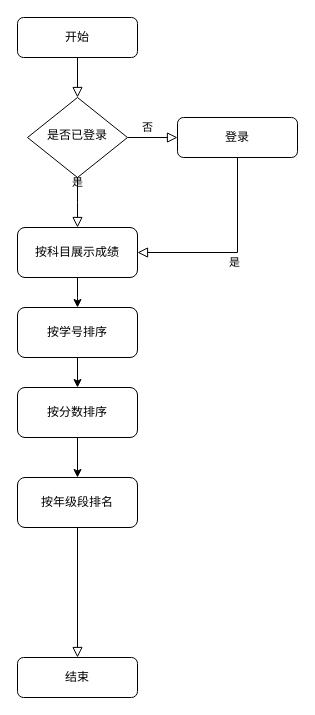
This is 成绩管理-列表.drawio from creazy412/none, a draw.io file, before an edit. Source tidied: cells renumbered, new cells numbered last; positions are measured from the earlier drawing's top-left corner, leaving out a move shared by most shapes. Both pictures are drawn from the tidied source at 100%, with x=0, y=0 at pixel (17, 17).
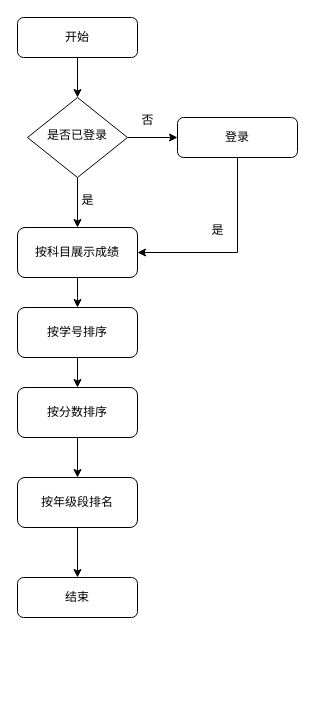
Above is the later version.

Commit message:
更新成绩管理-列表.drawio

Unchanged cells that the change refers to:
```xml
<mxCell id="3" value="开始" style="rounded=1;whiteSpace=wrap;html=1;fontSize=12;glass=0;strokeWidth=1;shadow=0;" parent="1" vertex="1">
  <mxGeometry width="120" height="40" as="geometry" />
</mxCell>
<mxCell id="6" value="是否已登录" style="rhombus;whiteSpace=wrap;html=1;shadow=0;fontFamily=Helvetica;fontSize=12;align=center;strokeWidth=1;spacing=6;spacingTop=-4;" parent="1" vertex="1">
  <mxGeometry x="10" y="80" width="100" height="80" as="geometry" />
</mxCell>
<mxCell id="7" value="登录" style="rounded=1;whiteSpace=wrap;html=1;fontSize=12;glass=0;strokeWidth=1;shadow=0;" parent="1" vertex="1">
  <mxGeometry x="160" y="100" width="120" height="40" as="geometry" />
</mxCell>
<mxCell id="14" value="按科目展示成绩" style="rounded=1;whiteSpace=wrap;html=1;fontSize=12;glass=0;strokeWidth=1;shadow=0;" parent="1" vertex="1">
  <mxGeometry y="210" width="120" height="50" as="geometry" />
</mxCell>
<mxCell id="17" value="按年级段排名" style="rounded=1;whiteSpace=wrap;html=1;fontSize=12;glass=0;strokeWidth=1;shadow=0;" parent="1" vertex="1">
  <mxGeometry y="460" width="120" height="50" as="geometry" />
</mxCell>
```

Change to the diagram source:
```diff
@@
-    <mxCell id="2" style="rounded=0;html=1;jettySize=auto;fontSize=11;endArrow=block;endFill=0;endSize=8;strokeWidth=1;shadow=0;labelBackgroundColor=none;edgeStyle=orthogonalEdgeStyle;" parent="1" edge="1" source="3" target="6">
+    <mxCell id="2" style="edgeStyle=orthogonalEdgeStyle;rounded=0;jettySize=auto;html=1;" parent="1" edge="1" source="3" target="6">
       <mxGeometry relative="1" as="geometry" />
     </mxCell>
@@
-    <mxCell id="4" value="是" style="rounded=0;html=1;jettySize=auto;fontSize=11;endArrow=block;endFill=0;endSize=8;strokeWidth=1;shadow=0;labelBackgroundColor=none;edgeStyle=orthogonalEdgeStyle;" parent="1" edge="1" source="6">
-      <mxGeometry y="20" relative="1" as="geometry">
-        <mxPoint x="60" y="210" as="targetPoint" />
-      </mxGeometry>
-    </mxCell>
-    <mxCell id="5" value="否" style="edgeStyle=orthogonalEdgeStyle;rounded=0;html=1;jettySize=auto;fontSize=11;endArrow=block;endFill=0;endSize=8;strokeWidth=1;shadow=0;labelBackgroundColor=none;" parent="1" edge="1" source="6" target="7">
-      <mxGeometry x="-0.2" y="10" relative="1" as="geometry" />
-    </mxCell>
+    <mxCell id="18" style="edgeStyle=orthogonalEdgeStyle;rounded=0;jettySize=auto;html=1;" parent="1" edge="1" source="6" target="14">
+      <mxGeometry relative="1" as="geometry" />
+    </mxCell>
+    <mxCell id="19" style="edgeStyle=orthogonalEdgeStyle;rounded=0;jettySize=auto;html=1;" parent="1" edge="1" source="6" target="7">
+      <mxGeometry relative="1" as="geometry" />
+    </mxCell>
@@
+    <mxCell id="9" style="edgeStyle=orthogonalEdgeStyle;rounded=0;jettySize=auto;html=1;entryX=1;entryY=0.5;entryDx=0;entryDy=0;" parent="1" edge="1" source="7" target="14">
+      <mxGeometry relative="1" as="geometry">
+        <Array as="points">
+          <mxPoint x="220" y="235" />
+        </Array>
+      </mxGeometry>
+    </mxCell>
@@
-    <mxCell id="8" style="rounded=0;html=1;jettySize=auto;fontSize=11;endArrow=block;endFill=0;endSize=8;strokeWidth=1;shadow=0;labelBackgroundColor=none;edgeStyle=orthogonalEdgeStyle;exitX=0.5;exitY=1;exitDx=0;exitDy=0;" parent="1" edge="1" source="17" target="10">
-      <mxGeometry x="0.34" y="20" relative="1" as="geometry" />
-    </mxCell>
-    <mxCell id="9" value="是" style="edgeStyle=orthogonalEdgeStyle;rounded=0;html=1;jettySize=auto;fontSize=11;endArrow=block;endFill=0;endSize=8;strokeWidth=1;shadow=0;labelBackgroundColor=none;exitX=0.5;exitY=1;exitDx=0;exitDy=0;entryX=1;entryY=0.5;entryDx=0;entryDy=0;" parent="1" edge="1" source="7" target="14">
-      <mxGeometry y="10" relative="1" as="geometry" />
-    </mxCell>
     <mxCell id="10" value="结束" style="rounded=1;whiteSpace=wrap;html=1;fontSize=12;glass=0;strokeWidth=1;shadow=0;" parent="1" vertex="1">
-      <mxGeometry y="640" width="120" height="40" as="geometry" />
+      <mxGeometry y="560" width="120" height="40" as="geometry" />
     </mxCell>
@@
+    <mxCell id="8" style="edgeStyle=orthogonalEdgeStyle;rounded=0;jettySize=auto;html=1;" parent="1" edge="1" source="17" target="10">
+      <mxGeometry relative="1" as="geometry" />
+    </mxCell>
@@
+    <mxCell id="20" value="是" style="text;html=1;align=center;verticalAlign=middle;strokeColor=none;fillColor=none;" parent="1" vertex="1">
+      <mxGeometry x="180" y="198" width="40" height="30" as="geometry" />
+    </mxCell>
+    <mxCell id="21" value="是" style="text;html=1;align=center;verticalAlign=middle;strokeColor=none;fillColor=none;" parent="1" vertex="1">
+      <mxGeometry x="50" y="168" width="40" height="30" as="geometry" />
+    </mxCell>
+    <mxCell id="5" value="否" style="text;html=1;align=center;verticalAlign=middle;strokeColor=none;fillColor=none;" parent="1" vertex="1">
+      <mxGeometry x="110" y="88" width="40" height="30" as="geometry" />
+    </mxCell>
```
